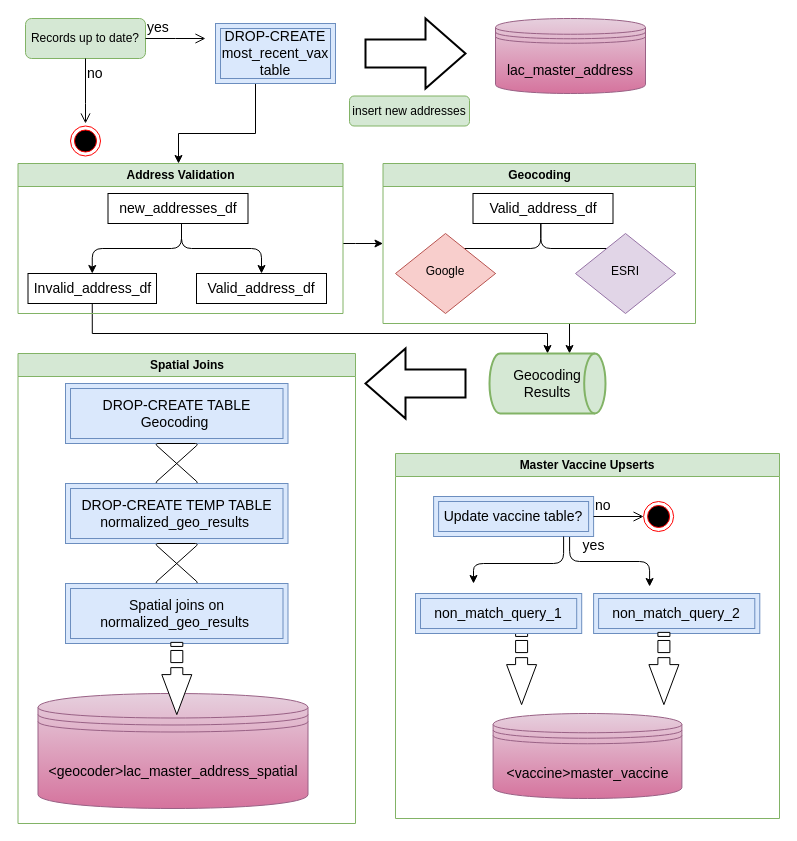
Earlier version of the draw.io diagram conolidated_address_pipeline.drawio (Primordial-Haggis/LA_county_vax_etl_workflow). Source tidied: cells renumbered, new cells numbered last; positions are measured from the earlier drawing's top-left corner, leaving out a move shared by most shapes. Both pictures are drawn from the tidied source at 100%, with x=0, y=0 at pixel (17, 18).
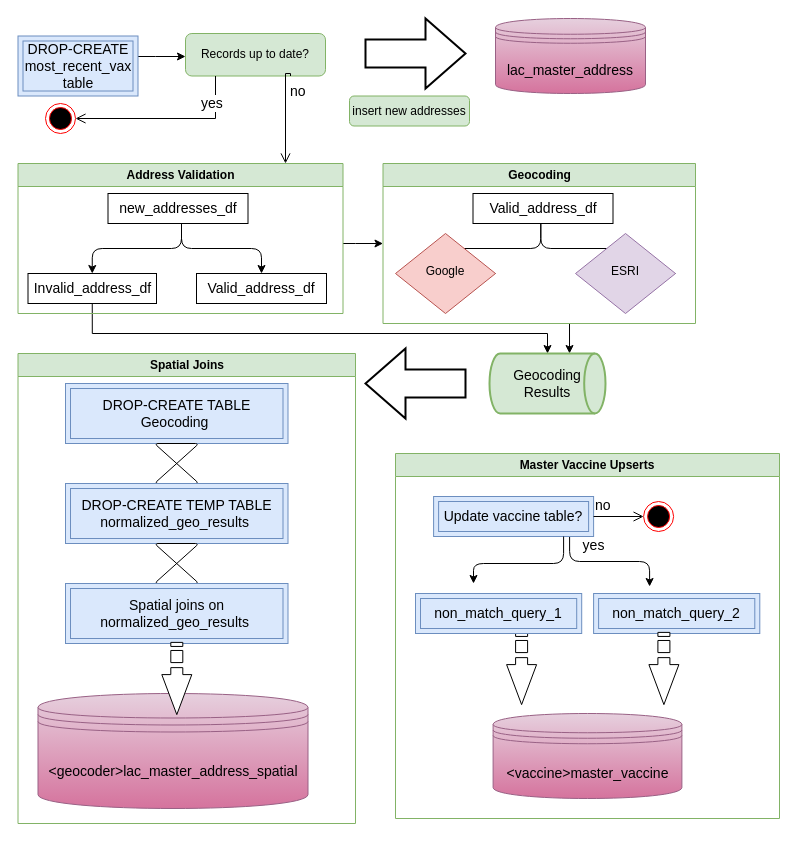
The same diagram, later.

Commit message:
rearrange non_match_query

The change refers to these unchanged cells:
```xml
<mxCell id="6" value="Address Validation" style="horizontal=1;whiteSpace=wrap;html=1;fontSize=12;glass=0;strokeWidth=1;shadow=0;fillColor=#d5e8d4;strokeColor=#82b366;swimlane;" parent="1" vertex="1">
  <mxGeometry x="0.5" y="145" width="325" height="150" as="geometry" />
</mxCell>
```

The edit, as a diff of the source:
```diff
@@
-    <mxCell id="12" style="edgeStyle=orthogonalEdgeStyle;rounded=0;jettySize=auto;html=1;fontSize=14;" parent="1" edge="1" source="13">
-      <mxGeometry relative="1" as="geometry">
-        <mxPoint x="161" y="145" as="targetPoint" />
-        <Array as="points">
-          <mxPoint x="238" y="115" />
-          <mxPoint x="161" y="115" />
-        </Array>
-      </mxGeometry>
-    </mxCell>
+    <mxCell id="49" style="edgeStyle=orthogonalEdgeStyle;rounded=0;jettySize=auto;html=1;" parent="1" edge="1" source="13" target="45">
+      <mxGeometry relative="1" as="geometry">
+        <Array as="points">
+          <mxPoint x="138" y="38" />
+          <mxPoint x="138" y="38" />
+        </Array>
+      </mxGeometry>
+    </mxCell>
     <mxCell id="13" value="DROP-CREATE most_recent_vax table" style="shape=ext;margin=3;double=1;whiteSpace=wrap;html=1;align=center;fontSize=14;fillColor=#dae8fc;strokeColor=#6c8ebf;" parent="1" vertex="1">
-      <mxGeometry x="198" y="5" width="120" height="60" as="geometry" />
+      <mxGeometry x="0.5" y="17.5" width="120" height="60" as="geometry" />
     </mxCell>
@@
+    <mxCell id="50" style="edgeStyle=orthogonalEdgeStyle;rounded=0;jettySize=auto;html=1;exitX=0.75;exitY=1;exitDx=0;exitDy=0;" parent="1" edge="1" source="45">
+      <mxGeometry relative="1" as="geometry">
+        <mxPoint x="273" y="58" as="targetPoint" />
+      </mxGeometry>
+    </mxCell>
     <mxCell id="45" value="Records up to date?" style="rounded=1;whiteSpace=wrap;html=1;fontSize=12;glass=0;strokeWidth=1;shadow=0;fillColor=#d5e8d4;strokeColor=#82b366;" parent="1" vertex="1">
-      <mxGeometry x="8" width="120" height="40" as="geometry" />
+      <mxGeometry x="168" y="15" width="140" height="42.5" as="geometry" />
     </mxCell>
-    <mxCell id="46" value="yes" style="edgeStyle=orthogonalEdgeStyle;html=1;align=left;verticalAlign=bottom;endArrow=open;endSize=8;rounded=0;fontSize=14;" parent="1" edge="1" source="45">
-      <mxGeometry x="-1" relative="1" as="geometry">
-        <mxPoint x="188" y="20" as="targetPoint" />
+    <mxCell id="46" value="no" style="edgeStyle=orthogonalEdgeStyle;html=1;align=left;verticalAlign=bottom;endArrow=open;endSize=8;rounded=0;fontSize=14;exitX=0.75;exitY=1;exitDx=0;exitDy=0;" parent="1" edge="1" source="45" target="6">
+      <mxGeometry x="-0.27" y="3" relative="1" as="geometry">
+        <Array as="points">
+          <mxPoint x="273" y="55" />
+          <mxPoint x="268" y="55" />
+        </Array>
       </mxGeometry>
     </mxCell>
-    <mxCell id="47" value="no" style="edgeStyle=orthogonalEdgeStyle;html=1;align=left;verticalAlign=top;endArrow=open;endSize=8;rounded=0;fontSize=14;" parent="1" edge="1" source="45">
-      <mxGeometry x="-1" relative="1" as="geometry">
-        <mxPoint x="68" y="105" as="targetPoint" />
+    <mxCell id="47" value="yes" style="edgeStyle=orthogonalEdgeStyle;html=1;align=left;verticalAlign=top;endArrow=open;endSize=8;rounded=0;fontSize=14;entryX=1;entryY=0.5;entryDx=0;entryDy=0;" parent="1" edge="1" source="45" target="48">
+      <mxGeometry x="-0.35" y="-30" relative="1" as="geometry">
         <Array as="points">
-          <mxPoint x="68" y="85" />
-          <mxPoint x="68" y="85" />
+          <mxPoint x="198" y="100" />
         </Array>
       </mxGeometry>
     </mxCell>
     <mxCell id="48" style="ellipse;html=1;shape=endState;fillColor=#000000;strokeColor=#ff0000;fontSize=14;" parent="1" vertex="1">
-      <mxGeometry x="53" y="107.5" width="30" height="30" as="geometry" />
+      <mxGeometry x="28" y="85" width="30" height="30" as="geometry" />
     </mxCell>
```
